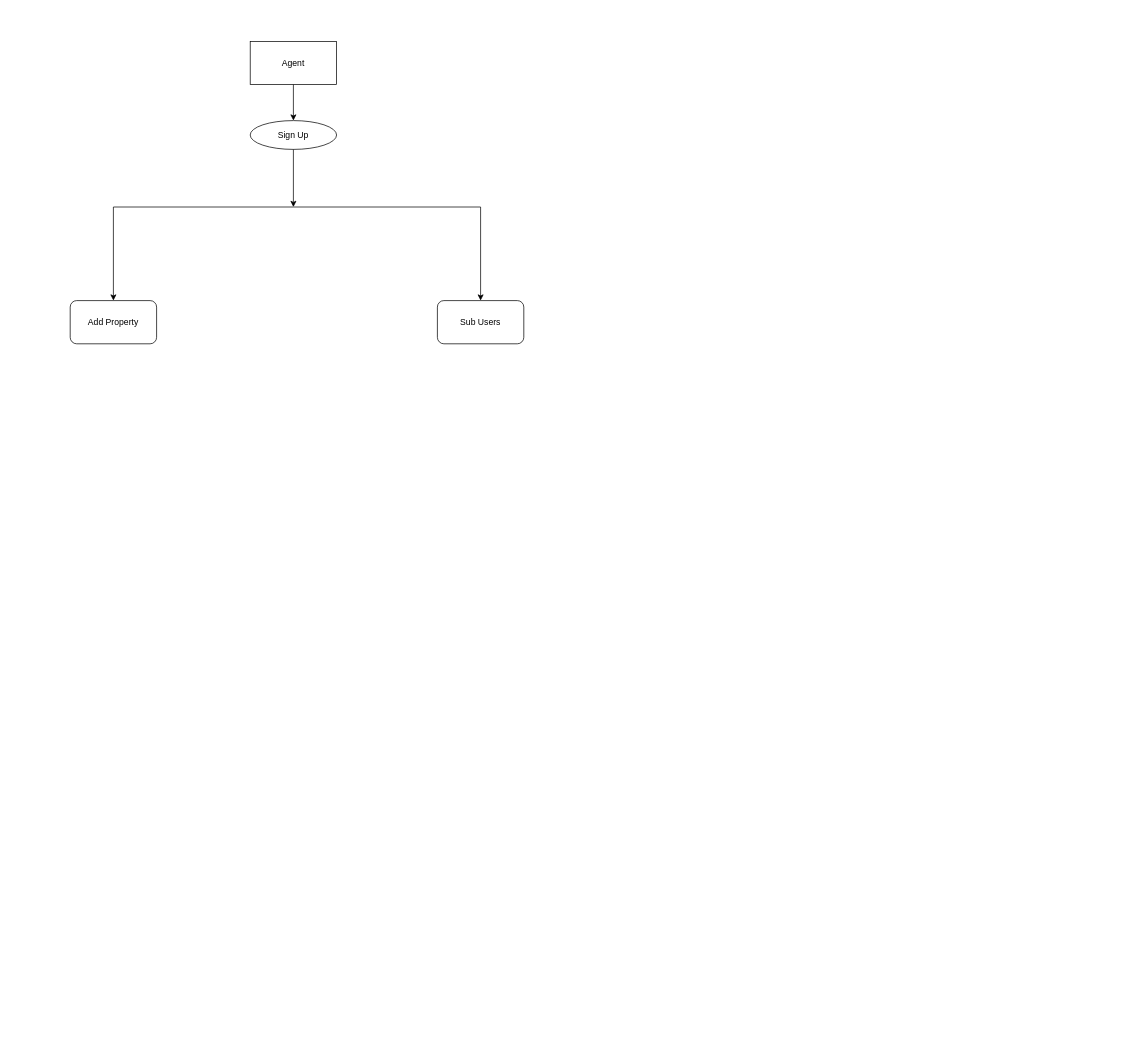
Earlier version of the draw.io diagram Untitled Diagram.drawio (PraveenAutomationTester/Landsandhomes). Source tidied: cells renumbered, new cells numbered last; positions are measured from the earlier drawing's top-left corner, leaving out a move shared by most shapes. Both pictures are drawn from the tidied source at 72%, with x=0, y=0 at pixel (70, 41).
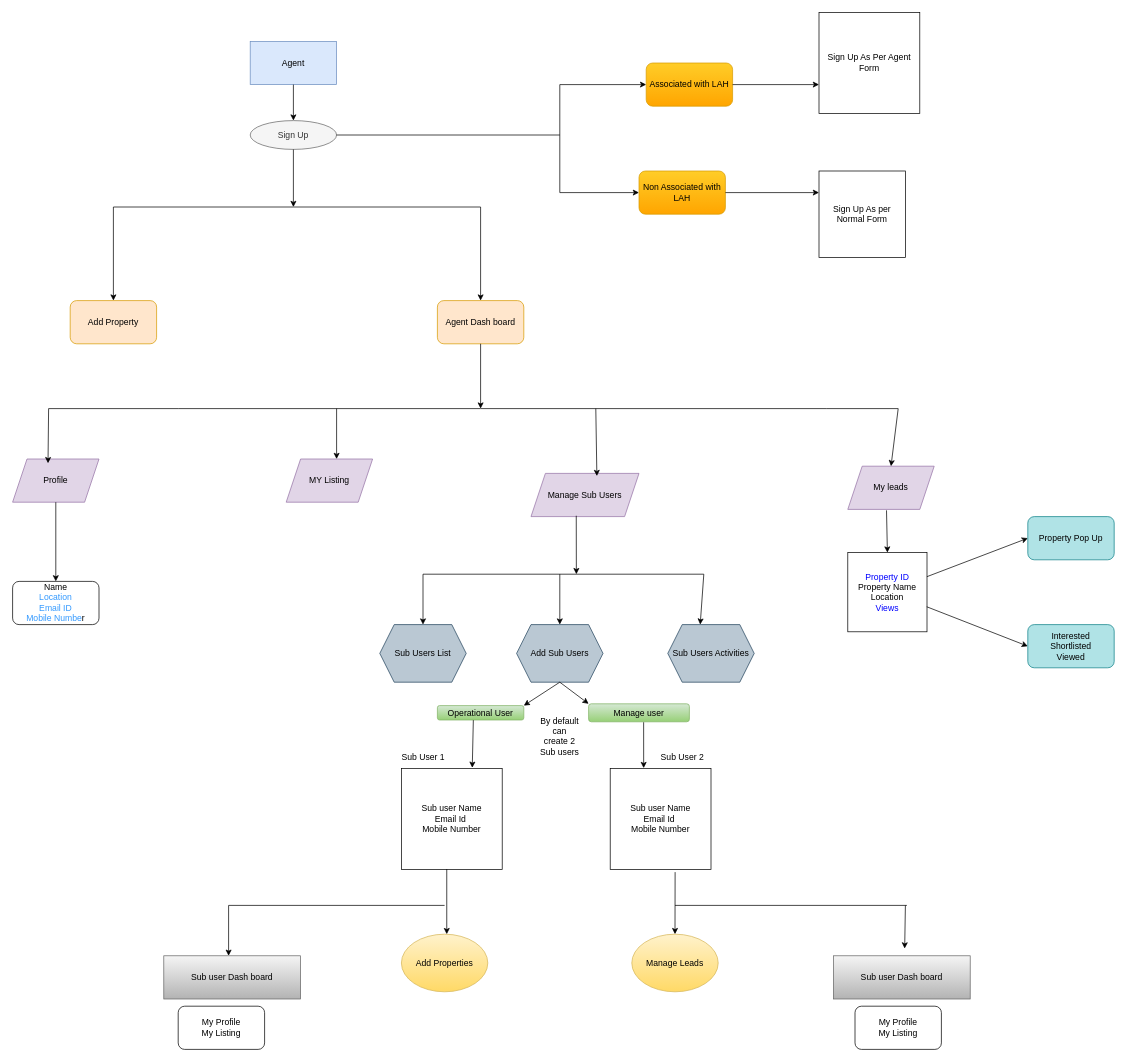
The same diagram, later.

What changed in the source:
```diff
@@
-    <mxCell id="2" value="Agent" style="rounded=0;whiteSpace=wrap;html=1;" parent="1" vertex="1">
+    <mxCell id="2" value="Agent" style="rounded=0;whiteSpace=wrap;html=1;fillColor=#dae8fc;strokeColor=#6c8ebf;" parent="1" vertex="1">
       <mxGeometry x="250" width="120" height="60" as="geometry" />
     </mxCell>
@@
-    <mxCell id="7" value="Add Property" style="rounded=1;whiteSpace=wrap;html=1;" parent="1" vertex="1">
+    <mxCell id="7" value="Add Property" style="rounded=1;whiteSpace=wrap;html=1;fillColor=#ffe6cc;strokeColor=#d79b00;" parent="1" vertex="1">
       <mxGeometry y="360" width="120" height="60" as="geometry" />
     </mxCell>
-    <mxCell id="8" value="Sub Users" style="rounded=1;whiteSpace=wrap;html=1;" parent="1" vertex="1">
-      <mxGeometry x="510" y="360" width="120" height="60" as="geometry" />
-    </mxCell>
-    <mxCell id="9" value="Sign Up" style="ellipse;whiteSpace=wrap;html=1;" parent="1" vertex="1">
+    <mxCell id="9" value="Sign Up" style="ellipse;whiteSpace=wrap;html=1;fillColor=#f5f5f5;fontColor=#333333;strokeColor=#666666;" parent="1" vertex="1">
       <mxGeometry x="250" y="110" width="120" height="40" as="geometry" />
     </mxCell>
@@
+    <mxCell id="12" value="Agent Dash board" style="rounded=1;whiteSpace=wrap;html=1;fillColor=#ffe6cc;strokeColor=#d79b00;" parent="1" vertex="1">
+      <mxGeometry x="510" y="360" width="120" height="60" as="geometry" />
+    </mxCell>
+    <mxCell id="13" style="endArrow=classic;html=1;rounded=0;exitX=0.5;exitY=1;exitDx=0;exitDy=0;" parent="1" edge="1" source="12">
+      <mxGeometry relative="1" as="geometry">
+        <mxPoint x="570" y="510" as="targetPoint" />
+      </mxGeometry>
+    </mxCell>
+    <mxCell id="14" style="endArrow=none;html=1;rounded=0;" parent="1" edge="1">
+      <mxGeometry relative="1" as="geometry">
+        <mxPoint x="150" y="510" as="sourcePoint" />
+        <mxPoint x="570" y="510" as="targetPoint" />
+      </mxGeometry>
+    </mxCell>
+    <mxCell id="15" style="endArrow=none;html=1;rounded=0;" parent="1" edge="1">
+      <mxGeometry relative="1" as="geometry">
+        <mxPoint x="570" y="510" as="sourcePoint" />
+        <mxPoint x="1050" y="510" as="targetPoint" />
+      </mxGeometry>
+    </mxCell>
+    <mxCell id="16" value="Profile" style="shape=parallelogram;perimeter=parallelogramPerimeter;whiteSpace=wrap;html=1;fixedSize=1;fillColor=#e1d5e7;strokeColor=#9673a6;" parent="1" vertex="1">
+      <mxGeometry x="-80" y="580" width="120" height="60" as="geometry" />
+    </mxCell>
+    <mxCell id="17" value="MY Listing" style="shape=parallelogram;perimeter=parallelogramPerimeter;whiteSpace=wrap;html=1;fixedSize=1;fillColor=#e1d5e7;strokeColor=#9673a6;" parent="1" vertex="1">
+      <mxGeometry x="300" y="580" width="120" height="60" as="geometry" />
+    </mxCell>
+    <mxCell id="18" value="Manage Sub Users" style="shape=parallelogram;perimeter=parallelogramPerimeter;whiteSpace=wrap;html=1;fixedSize=1;fillColor=#e1d5e7;strokeColor=#9673a6;" parent="1" vertex="1">
+      <mxGeometry x="640" y="600" width="150" height="60" as="geometry" />
+    </mxCell>
+    <mxCell id="19" value="My leads" style="shape=parallelogram;perimeter=parallelogramPerimeter;whiteSpace=wrap;html=1;fixedSize=1;fillColor=#e1d5e7;strokeColor=#9673a6;" parent="1" vertex="1">
+      <mxGeometry x="1080" y="590" width="120" height="60" as="geometry" />
+    </mxCell>
+    <mxCell id="20" style="endArrow=classic;html=1;rounded=0;exitX=0.419;exitY=0.98;exitDx=0;exitDy=0;exitPerimeter=0;" parent="1" edge="1" source="18">
+      <mxGeometry relative="1" as="geometry">
+        <mxPoint x="703" y="740" as="targetPoint" />
+      </mxGeometry>
+    </mxCell>
+    <mxCell id="21" style="endArrow=none;html=1;rounded=0;" parent="1" edge="1">
+      <mxGeometry relative="1" as="geometry">
+        <mxPoint x="490" y="740" as="sourcePoint" />
+        <mxPoint x="690" y="740" as="targetPoint" />
+      </mxGeometry>
+    </mxCell>
+    <mxCell id="22" style="endArrow=none;html=1;rounded=0;" parent="1" edge="1">
+      <mxGeometry relative="1" as="geometry">
+        <mxPoint x="880" y="740" as="sourcePoint" />
+        <mxPoint x="690" y="740" as="targetPoint" />
+      </mxGeometry>
+    </mxCell>
+    <mxCell id="23" style="endArrow=classic;html=1;rounded=0;" parent="1" edge="1">
+      <mxGeometry relative="1" as="geometry">
+        <mxPoint x="490" y="740" as="sourcePoint" />
+        <mxPoint x="490" y="810" as="targetPoint" />
+      </mxGeometry>
+    </mxCell>
+    <mxCell id="24" value="Sub Users List" style="shape=hexagon;perimeter=hexagonPerimeter2;whiteSpace=wrap;html=1;fixedSize=1;fillColor=#bac8d3;strokeColor=#23445d;" parent="1" vertex="1">
+      <mxGeometry x="430" y="810" width="120" height="80" as="geometry" />
+    </mxCell>
+    <mxCell id="25" value="Add Sub Users" style="shape=hexagon;perimeter=hexagonPerimeter2;whiteSpace=wrap;html=1;fixedSize=1;fillColor=#bac8d3;strokeColor=#23445d;" parent="1" vertex="1">
+      <mxGeometry x="620" y="810" width="120" height="80" as="geometry" />
+    </mxCell>
+    <mxCell id="26" value="Sub Users Activities" style="shape=hexagon;perimeter=hexagonPerimeter2;whiteSpace=wrap;html=1;fixedSize=1;fillColor=#bac8d3;strokeColor=#23445d;" parent="1" vertex="1">
+      <mxGeometry x="830" y="810" width="120" height="80" as="geometry" />
+    </mxCell>
+    <mxCell id="27" style="endArrow=classic;html=1;rounded=0;entryX=0.5;entryY=0;entryDx=0;entryDy=0;" parent="1" edge="1" target="25">
+      <mxGeometry relative="1" as="geometry">
+        <mxPoint x="680" y="740" as="sourcePoint" />
+      </mxGeometry>
+    </mxCell>
+    <mxCell id="28" value="Sub user Name&lt;br&gt;Email Id&amp;nbsp;&lt;br&gt;Mobile Number" style="whiteSpace=wrap;html=1;" parent="1" vertex="1">
+      <mxGeometry x="460" y="1010" width="140" height="140" as="geometry" />
+    </mxCell>
+    <mxCell id="29" style="endArrow=none;html=1;rounded=0;" parent="1" edge="1">
+      <mxGeometry relative="1" as="geometry">
+        <mxPoint x="1150" y="510" as="sourcePoint" />
+        <mxPoint x="1050" y="510" as="targetPoint" />
+      </mxGeometry>
+    </mxCell>
+    <mxCell id="30" style="endArrow=none;html=1;rounded=0;" parent="1" edge="1">
+      <mxGeometry relative="1" as="geometry">
+        <mxPoint x="-30" y="510" as="sourcePoint" />
+        <mxPoint x="150" y="510" as="targetPoint" />
+      </mxGeometry>
+    </mxCell>
+    <mxCell id="31" style="endArrow=classic;html=1;rounded=0;entryX=0.41;entryY=0.098;entryDx=0;entryDy=0;entryPerimeter=0;" parent="1" edge="1" target="16">
+      <mxGeometry relative="1" as="geometry">
+        <mxPoint x="-30" y="510" as="sourcePoint" />
+      </mxGeometry>
+    </mxCell>
+    <mxCell id="32" style="endArrow=classic;html=1;rounded=0;" parent="1" edge="1">
+      <mxGeometry relative="1" as="geometry">
+        <mxPoint x="370" y="510" as="sourcePoint" />
+        <mxPoint x="370" y="580" as="targetPoint" />
+      </mxGeometry>
+    </mxCell>
+    <mxCell id="33" style="endArrow=classic;html=1;rounded=0;entryX=0.61;entryY=0.061;entryDx=0;entryDy=0;entryPerimeter=0;" parent="1" edge="1" target="18">
+      <mxGeometry relative="1" as="geometry">
+        <mxPoint x="730" y="510" as="sourcePoint" />
+      </mxGeometry>
+    </mxCell>
+    <mxCell id="34" style="endArrow=classic;html=1;rounded=0;entryX=0.5;entryY=0;entryDx=0;entryDy=0;" parent="1" edge="1" target="19">
+      <mxGeometry relative="1" as="geometry">
+        <mxPoint x="1150" y="510" as="sourcePoint" />
+      </mxGeometry>
+    </mxCell>
+    <mxCell id="35" style="endArrow=classic;html=1;rounded=0;entryX=0.375;entryY=0;entryDx=0;entryDy=0;" parent="1" edge="1" target="26">
+      <mxGeometry relative="1" as="geometry">
+        <mxPoint x="880" y="740" as="sourcePoint" />
+      </mxGeometry>
+    </mxCell>
+    <mxCell id="36" value="Sub user Name&lt;br&gt;Email Id&amp;nbsp;&lt;br&gt;Mobile Number" style="whiteSpace=wrap;html=1;" parent="1" vertex="1">
+      <mxGeometry x="750" y="1010" width="140" height="140" as="geometry" />
+    </mxCell>
+    <mxCell id="37" value="By default can&lt;br style=&quot;border-color: var(--border-color);&quot;&gt;&lt;span style=&quot;&quot;&gt;create 2 Sub users&lt;/span&gt;" style="text;html=1;strokeColor=none;fillColor=none;align=center;verticalAlign=middle;whiteSpace=wrap;rounded=0;" parent="1" vertex="1">
+      <mxGeometry x="650" y="950" width="60" height="30" as="geometry" />
+    </mxCell>
+    <mxCell id="38" value="Sub User 1" style="text;html=1;align=center;verticalAlign=middle;strokeColor=none;fillColor=none;" parent="1" vertex="1">
+      <mxGeometry x="450" y="980" width="80" height="30" as="geometry" />
+    </mxCell>
+    <mxCell id="39" value="Sub User 2" style="text;html=1;align=center;verticalAlign=middle;strokeColor=none;fillColor=none;" parent="1" vertex="1">
+      <mxGeometry x="810" y="980" width="80" height="30" as="geometry" />
+    </mxCell>
+    <mxCell id="40" style="endArrow=classic;html=1;rounded=0;exitX=0.45;exitY=0.997;exitDx=0;exitDy=0;exitPerimeter=0;" parent="1" edge="1" source="28">
+      <mxGeometry relative="1" as="geometry">
+        <mxPoint x="523" y="1240" as="targetPoint" />
+      </mxGeometry>
+    </mxCell>
+    <mxCell id="41" style="endArrow=classic;html=1;rounded=0;exitX=0.644;exitY=1.027;exitDx=0;exitDy=0;exitPerimeter=0;" parent="1" edge="1" source="36">
+      <mxGeometry relative="1" as="geometry">
+        <mxPoint x="840" y="1240" as="targetPoint" />
+      </mxGeometry>
+    </mxCell>
+    <mxCell id="42" value="Add Properties" style="ellipse;whiteSpace=wrap;html=1;fillColor=#fff2cc;gradientColor=#ffd966;strokeColor=#d6b656;" parent="1" vertex="1">
+      <mxGeometry x="460" y="1240" width="120" height="80" as="geometry" />
+    </mxCell>
+    <mxCell id="43" value="Manage Leads" style="ellipse;whiteSpace=wrap;html=1;fillColor=#fff2cc;gradientColor=#ffd966;strokeColor=#d6b656;" parent="1" vertex="1">
+      <mxGeometry x="780" y="1240" width="120" height="80" as="geometry" />
+    </mxCell>
+    <mxCell id="44" value="&lt;font color=&quot;#0000ff&quot;&gt;Property ID&lt;/font&gt;&lt;br&gt;Property Name&lt;br&gt;Location&lt;br&gt;&lt;font color=&quot;#0000ff&quot;&gt;Views&lt;/font&gt;" style="whiteSpace=wrap;html=1;" parent="1" vertex="1">
+      <mxGeometry x="1080" y="710" width="110" height="110" as="geometry" />
+    </mxCell>
+    <mxCell id="45" style="endArrow=classic;html=1;rounded=0;exitX=0.997;exitY=0.684;exitDx=0;exitDy=0;exitPerimeter=0;entryX=0;entryY=0.5;entryDx=0;entryDy=0;" parent="1" edge="1" source="44" target="48">
+      <mxGeometry relative="1" as="geometry" />
+    </mxCell>
+    <mxCell id="46" style="endArrow=classic;html=1;rounded=0;exitX=0.999;exitY=0.304;exitDx=0;exitDy=0;exitPerimeter=0;entryX=0;entryY=0.5;entryDx=0;entryDy=0;" parent="1" edge="1" source="44" target="47">
+      <mxGeometry relative="1" as="geometry" />
+    </mxCell>
+    <mxCell id="47" value="Property Pop Up" style="rounded=1;whiteSpace=wrap;html=1;fillColor=#b0e3e6;strokeColor=#0e8088;" parent="1" vertex="1">
+      <mxGeometry x="1330" y="660" width="120" height="60" as="geometry" />
+    </mxCell>
+    <mxCell id="48" value="Interested&lt;br&gt;Shortlisted&lt;br&gt;Viewed" style="rounded=1;whiteSpace=wrap;html=1;fillColor=#b0e3e6;strokeColor=#0e8088;" parent="1" vertex="1">
+      <mxGeometry x="1330" y="810" width="120" height="60" as="geometry" />
+    </mxCell>
+    <mxCell id="49" style="endArrow=classic;html=1;rounded=0;exitX=0.448;exitY=1.022;exitDx=0;exitDy=0;exitPerimeter=0;entryX=0.5;entryY=0;entryDx=0;entryDy=0;" parent="1" edge="1" source="19" target="44">
+      <mxGeometry relative="1" as="geometry" />
+    </mxCell>
+    <mxCell id="50" style="endArrow=classic;html=1;rounded=0;exitX=0.5;exitY=1;exitDx=0;exitDy=0;" parent="1" edge="1" source="16">
+      <mxGeometry relative="1" as="geometry">
+        <mxPoint x="-20" y="750" as="targetPoint" />
+      </mxGeometry>
+    </mxCell>
+    <mxCell id="51" value="Name&lt;br&gt;&lt;font color=&quot;#3399ff&quot;&gt;Location&lt;br&gt;Email ID&lt;br&gt;Mobile Numbe&lt;/font&gt;r" style="rounded=1;whiteSpace=wrap;html=1;" parent="1" vertex="1">
+      <mxGeometry x="-80" y="750" width="120" height="60" as="geometry" />
+    </mxCell>
+    <mxCell id="52" style="endArrow=none;html=1;rounded=0;" parent="1" edge="1">
+      <mxGeometry relative="1" as="geometry">
+        <mxPoint x="520" y="1200" as="sourcePoint" />
+        <mxPoint x="220" y="1200" as="targetPoint" />
+      </mxGeometry>
+    </mxCell>
+    <mxCell id="53" style="endArrow=classic;html=1;rounded=0;" parent="1" edge="1">
+      <mxGeometry relative="1" as="geometry">
+        <mxPoint x="220" y="1200" as="sourcePoint" />
+        <mxPoint x="220" y="1270" as="targetPoint" />
+      </mxGeometry>
+    </mxCell>
+    <mxCell id="54" value="Sub user Dash board" style="rounded=0;whiteSpace=wrap;html=1;fillColor=#f5f5f5;gradientColor=#b3b3b3;strokeColor=#666666;" parent="1" vertex="1">
+      <mxGeometry x="130" y="1270" width="190" height="60" as="geometry" />
+    </mxCell>
+    <mxCell id="55" value="My Profile&lt;br&gt;My Listing" style="rounded=1;whiteSpace=wrap;html=1;" parent="1" vertex="1">
+      <mxGeometry x="150" y="1340" width="120" height="60" as="geometry" />
+    </mxCell>
+    <mxCell id="56" value="My Profile&lt;br&gt;My Listing" style="rounded=1;whiteSpace=wrap;html=1;" parent="1" vertex="1">
+      <mxGeometry x="1090" y="1340" width="120" height="60" as="geometry" />
+    </mxCell>
+    <mxCell id="57" value="Operational User" style="rounded=1;whiteSpace=wrap;html=1;fillColor=#d5e8d4;gradientColor=#97d077;strokeColor=#82b366;" parent="1" vertex="1">
+      <mxGeometry x="510" y="922.5" width="120" height="20" as="geometry" />
+    </mxCell>
+    <mxCell id="58" value="Manage user" style="rounded=1;whiteSpace=wrap;html=1;fillColor=#d5e8d4;gradientColor=#97d077;strokeColor=#82b366;" parent="1" vertex="1">
+      <mxGeometry x="720" y="920" width="140" height="25" as="geometry" />
+    </mxCell>
+    <mxCell id="59" style="endArrow=classic;html=1;rounded=0;exitX=0.5;exitY=1;exitDx=0;exitDy=0;entryX=1;entryY=0;entryDx=0;entryDy=0;" parent="1" edge="1" source="25" target="57">
+      <mxGeometry relative="1" as="geometry" />
+    </mxCell>
+    <mxCell id="60" style="endArrow=classic;html=1;rounded=0;entryX=0;entryY=0;entryDx=0;entryDy=0;" parent="1" edge="1" target="58">
+      <mxGeometry relative="1" as="geometry">
+        <mxPoint x="680" y="890" as="sourcePoint" />
+      </mxGeometry>
+    </mxCell>
+    <mxCell id="61" style="endArrow=classic;html=1;rounded=0;exitX=0.416;exitY=1.008;exitDx=0;exitDy=0;exitPerimeter=0;entryX=0.703;entryY=-0.008;entryDx=0;entryDy=0;entryPerimeter=0;" parent="1" edge="1" source="57" target="28">
+      <mxGeometry relative="1" as="geometry" />
+    </mxCell>
+    <mxCell id="62" style="endArrow=classic;html=1;rounded=0;exitX=0.546;exitY=1.025;exitDx=0;exitDy=0;exitPerimeter=0;entryX=0.332;entryY=-0.005;entryDx=0;entryDy=0;entryPerimeter=0;" parent="1" edge="1" source="58" target="36">
+      <mxGeometry relative="1" as="geometry" />
+    </mxCell>
+    <mxCell id="63" value="Sub user Dash board" style="rounded=0;whiteSpace=wrap;html=1;fillColor=#f5f5f5;gradientColor=#b3b3b3;strokeColor=#666666;" parent="1" vertex="1">
+      <mxGeometry x="1060" y="1270" width="190" height="60" as="geometry" />
+    </mxCell>
+    <mxCell id="64" style="endArrow=none;html=1;rounded=0;" parent="1" edge="1">
+      <mxGeometry relative="1" as="geometry">
+        <mxPoint x="840" y="1200" as="sourcePoint" />
+        <mxPoint x="1162.1" y="1200" as="targetPoint" />
+      </mxGeometry>
+    </mxCell>
+    <mxCell id="65" style="endArrow=classic;html=1;rounded=0;entryX=0.521;entryY=-0.169;entryDx=0;entryDy=0;entryPerimeter=0;" parent="1" edge="1" target="63">
+      <mxGeometry relative="1" as="geometry">
+        <mxPoint x="1160" y="1200" as="sourcePoint" />
+      </mxGeometry>
+    </mxCell>
+    <mxCell id="66" style="endArrow=none;html=1;rounded=0;exitX=1;exitY=0.5;exitDx=0;exitDy=0;" parent="1" edge="1" source="9">
+      <mxGeometry relative="1" as="geometry">
+        <mxPoint x="680" y="130" as="targetPoint" />
+      </mxGeometry>
+    </mxCell>
+    <mxCell id="67" style="endArrow=none;html=1;rounded=0;" parent="1" edge="1">
+      <mxGeometry relative="1" as="geometry">
+        <mxPoint x="680" y="60" as="sourcePoint" />
+        <mxPoint x="680" y="210" as="targetPoint" />
+      </mxGeometry>
+    </mxCell>
+    <mxCell id="68" style="endArrow=classic;html=1;rounded=0;" parent="1" edge="1">
+      <mxGeometry relative="1" as="geometry">
+        <mxPoint x="680" y="60" as="sourcePoint" />
+        <mxPoint x="800" y="60" as="targetPoint" />
+      </mxGeometry>
+    </mxCell>
+    <mxCell id="69" style="endArrow=classic;html=1;rounded=0;" parent="1" edge="1">
+      <mxGeometry relative="1" as="geometry">
+        <mxPoint x="680" y="210" as="sourcePoint" />
+        <mxPoint x="790" y="210" as="targetPoint" />
+      </mxGeometry>
+    </mxCell>
+    <mxCell id="70" value="Associated with LAH" style="rounded=1;whiteSpace=wrap;html=1;fillColor=#ffcd28;gradientColor=#ffa500;strokeColor=#d79b00;" parent="1" vertex="1">
+      <mxGeometry x="800" y="30" width="120" height="60" as="geometry" />
+    </mxCell>
+    <mxCell id="71" value="Non Associated with LAH" style="rounded=1;whiteSpace=wrap;html=1;fillColor=#ffcd28;gradientColor=#ffa500;strokeColor=#d79b00;" parent="1" vertex="1">
+      <mxGeometry x="790" y="180" width="120" height="60" as="geometry" />
+    </mxCell>
+    <mxCell id="72" style="endArrow=classic;html=1;rounded=0;exitX=1;exitY=0.5;exitDx=0;exitDy=0;" parent="1" edge="1" source="70">
+      <mxGeometry relative="1" as="geometry">
+        <mxPoint x="1040" y="60" as="targetPoint" />
+      </mxGeometry>
+    </mxCell>
+    <mxCell id="73" style="endArrow=classic;html=1;rounded=0;exitX=1;exitY=0.5;exitDx=0;exitDy=0;" parent="1" edge="1" source="71">
+      <mxGeometry relative="1" as="geometry">
+        <mxPoint x="1040" y="210" as="targetPoint" />
+      </mxGeometry>
+    </mxCell>
+    <mxCell id="74" value="Sign Up As Per Agent Form" style="whiteSpace=wrap;html=1;" parent="1" vertex="1">
+      <mxGeometry x="1040" y="-40" width="140" height="140" as="geometry" />
+    </mxCell>
+    <mxCell id="75" value="Sign Up As per Normal Form" style="whiteSpace=wrap;html=1;" parent="1" vertex="1">
+      <mxGeometry x="1040" y="180" width="120" height="120" as="geometry" />
+    </mxCell>
```
